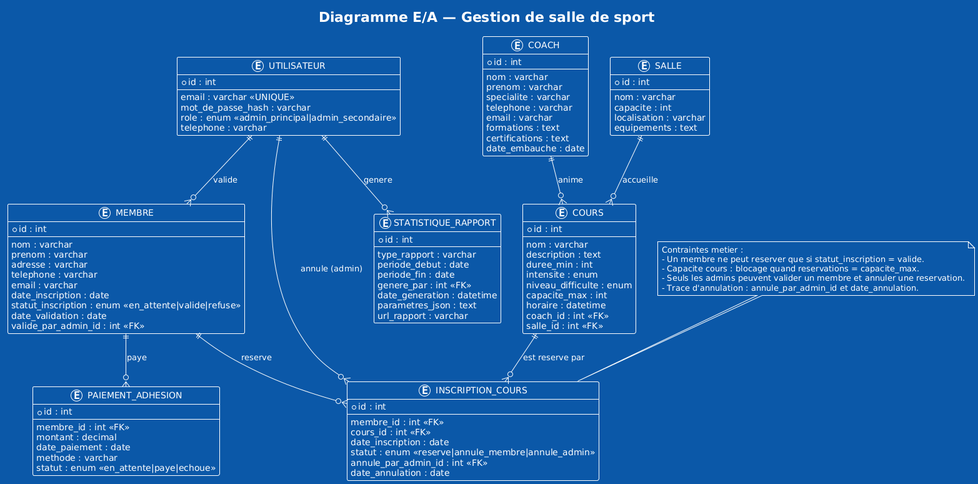
Earlier version of the PlantUML export images/UML.png (893stefan/DatabaseESILV-Project). The source it was exported from:
```plantuml
@startuml
!theme amiga
title Diagramme E/A — Gestion de salle de sport

entity "UTILISATEUR" as UTILISATEUR {
  *id : int
  --
  email : varchar <<UNIQUE>>
  mot_de_passe_hash : varchar
  role : enum <<admin_principal|admin_secondaire>>
  telephone : varchar
}

entity "MEMBRE" as MEMBRE {
  *id : int
  --
  nom : varchar
  prenom : varchar
  adresse : varchar
  telephone : varchar
  email : varchar
  date_inscription : date
  statut_inscription : enum <<en_attente|valide|refuse>>
  date_validation : date
  valide_par_admin_id : int <<FK>>
}

entity "COACH" as COACH {
  *id : int
  --
  nom : varchar
  prenom : varchar
  specialite : varchar
  telephone : varchar
  email : varchar
  formations : text
  certifications : text
  date_embauche : date
}

entity "SALLE" as SALLE {
  *id : int
  --
  nom : varchar
  capacite : int
  localisation : varchar
  equipements : text
}

entity "COURS" as COURS {
  *id : int
  --
  nom : varchar
  description : text
  duree_min : int
  intensite : enum
  niveau_difficulte : enum
  capacite_max : int
  horaire : datetime
  coach_id : int <<FK>>
  salle_id : int <<FK>>
}

entity "INSCRIPTION_COURS" as INSCRIPTION_COURS {
  *id : int
  --
  membre_id : int <<FK>>
  cours_id : int <<FK>>
  date_inscription : date
  statut : enum <<reserve|annule_membre|annule_admin>>
  annule_par_admin_id : int <<FK>>
  date_annulation : date
}

entity "PAIEMENT_ADHESION" as PAIEMENT_ADHESION {
  *id : int
  --
  membre_id : int <<FK>>
  montant : decimal
  date_paiement : date
  methode : varchar
  statut : enum <<en_attente|paye|echoue>>
}

entity "STATISTIQUE_RAPPORT" as STATISTIQUE_RAPPORT {
  *id : int
  --
  type_rapport : varchar
  periode_debut : date
  periode_fin : date
  genere_par : int <<FK>>
  date_generation : datetime
  parametres_json : text
  url_rapport : varchar
}

UTILISATEUR ||--o{ MEMBRE : valide
UTILISATEUR ||--o{ STATISTIQUE_RAPPORT : genere
UTILISATEUR ||--o{ INSCRIPTION_COURS : "annule (admin)"

MEMBRE ||--o{ INSCRIPTION_COURS : reserve
COURS ||--o{ INSCRIPTION_COURS : "est reserve par"
COACH ||--o{ COURS : anime
SALLE ||--o{ COURS : accueille
MEMBRE ||--o{ PAIEMENT_ADHESION : paye

note "Contraintes metier :\n- Un membre ne peut reserver que si statut_inscription = valide.\n- Capacite cours : blocage quand reservations = capacite_max.\n- Seuls les admins peuvent valider un membre et annuler une reservation.\n- Trace d'annulation : annule_par_admin_id et date_annulation." as N1
N1 .. INSCRIPTION_COURS
@enduml
```
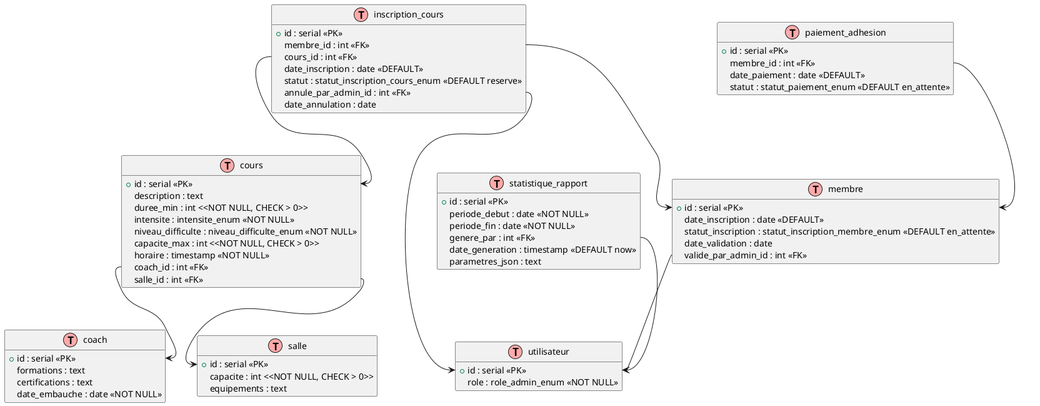
The same diagram one commit later.

What changed in the source:
```diff
@@ -1,109 +1,100 @@
 @startuml
-!theme amiga
-title Diagramme E/A — Gestion de salle de sport
+!define Table(x) class x << (T,#FFAAAA) >>
+hide methods
+hide stereotypes
 
-entity "UTILISATEUR" as UTILISATEUR {
-  *id : int
-  --
-  email : varchar <<UNIQUE>>
-  mot_de_passe_hash : varchar
-  role : enum <<admin_principal|admin_secondaire>>
-  telephone : varchar
+Table(utilisateur) {
+  + id : serial <<PK>>
+  email : varchar(255) <<UNIQUE, NOT NULL>>
+  mot_de_passe_hash : varchar(255) <<NOT NULL>>
+  role : role_admin_enum <<NOT NULL>>
+  telephone : varchar(20)
 }
 
-entity "MEMBRE" as MEMBRE {
-  *id : int
-  --
-  nom : varchar
-  prenom : varchar
-  adresse : varchar
-  telephone : varchar
-  email : varchar
-  date_inscription : date
-  statut_inscription : enum <<en_attente|valide|refuse>>
+Table(membre) {
+  + id : serial <<PK>>
+  nom : varchar(100) <<NOT NULL>>
+  prenom : varchar(100) <<NOT NULL>>
+  adresse : varchar(255)
+  telephone : varchar(20)
+  email : varchar(255)
+  date_inscription : date <<DEFAULT>>
+  statut_inscription : statut_inscription_membre_enum <<DEFAULT en_attente>>
   date_validation : date
   valide_par_admin_id : int <<FK>>
 }
 
-entity "COACH" as COACH {
-  *id : int
-  --
-  nom : varchar
-  prenom : varchar
-  specialite : varchar
-  telephone : varchar
-  email : varchar
+Table(coach) {
+  + id : serial <<PK>>
+  nom : varchar(100) <<NOT NULL>>
+  prenom : varchar(100) <<NOT NULL>>
+  specialite : varchar(100)
+  telephone : varchar(20)
+  email : varchar(255)
   formations : text
   certifications : text
-  date_embauche : date
+  date_embauche : date <<NOT NULL>>
 }
 
-entity "SALLE" as SALLE {
-  *id : int
-  --
-  nom : varchar
-  capacite : int
-  localisation : varchar
+Table(salle) {
+  + id : serial <<PK>>
+  nom : varchar(100) <<NOT NULL>>
+  capacite : int <<NOT NULL, CHECK > 0>>
+  localisation : varchar(255)
   equipements : text
 }
 
-entity "COURS" as COURS {
-  *id : int
-  --
-  nom : varchar
+Table(cours) {
+  + id : serial <<PK>>
+  nom : varchar(100) <<NOT NULL>>
   description : text
-  duree_min : int
-  intensite : enum
-  niveau_difficulte : enum
-  capacite_max : int
-  horaire : datetime
+  duree_min : int <<NOT NULL, CHECK > 0>>
+  intensite : intensite_enum <<NOT NULL>>
+  niveau_difficulte : niveau_difficulte_enum <<NOT NULL>>
+  capacite_max : int <<NOT NULL, CHECK > 0>>
+  horaire : timestamp <<NOT NULL>>
   coach_id : int <<FK>>
   salle_id : int <<FK>>
 }
 
-entity "INSCRIPTION_COURS" as INSCRIPTION_COURS {
-  *id : int
-  --
+Table(inscription_cours) {
+  + id : serial <<PK>>
   membre_id : int <<FK>>
   cours_id : int <<FK>>
-  date_inscription : date
-  statut : enum <<reserve|annule_membre|annule_admin>>
+  date_inscription : date <<DEFAULT>>
+  statut : statut_inscription_cours_enum <<DEFAULT reserve>>
   annule_par_admin_id : int <<FK>>
   date_annulation : date
+  (membre_id, cours_id) <<UNIQUE>>
 }
 
-entity "PAIEMENT_ADHESION" as PAIEMENT_ADHESION {
-  *id : int
-  --
+Table(paiement_adhesion) {
+  + id : serial <<PK>>
   membre_id : int <<FK>>
-  montant : decimal
-  date_paiement : date
-  methode : varchar
-  statut : enum <<en_attente|paye|echoue>>
+  montant : decimal(10,2) <<NOT NULL, CHECK > 0>>
+  date_paiement : date <<DEFAULT>>
+  methode : varchar(50) <<NOT NULL>>
+  statut : statut_paiement_enum <<DEFAULT en_attente>>
 }
 
-entity "STATISTIQUE_RAPPORT" as STATISTIQUE_RAPPORT {
-  *id : int
-  --
-  type_rapport : varchar
-  periode_debut : date
-  periode_fin : date
+Table(statistique_rapport) {
+  + id : serial <<PK>>
+  type_rapport : varchar(100) <<NOT NULL>>
+  periode_debut : date <<NOT NULL>>
+  periode_fin : date <<NOT NULL>>
   genere_par : int <<FK>>
-  date_generation : datetime
+  date_generation : timestamp <<DEFAULT now>>
   parametres_json : text
-  url_rapport : varchar
+  url_rapport : varchar(255)
 }
 
-UTILISATEUR ||--o{ MEMBRE : valide
-UTILISATEUR ||--o{ STATISTIQUE_RAPPORT : genere
-UTILISATEUR ||--o{ INSCRIPTION_COURS : "annule (admin)"
+membre::valide_par_admin_id --> utilisateur::id
+cours::coach_id --> coach::id
+cours::salle_id --> salle::id
+inscription_cours::membre_id --> membre::id
+inscription_cours::cours_id --> cours::id
+inscription_cours::annule_par_admin_id --> utilisateur::id
+paiement_adhesion::membre_id --> membre::id
+statistique_rapport::genere_par --> utilisateur::id
 
-MEMBRE ||--o{ INSCRIPTION_COURS : reserve
-COURS ||--o{ INSCRIPTION_COURS : "est reserve par"
-COACH ||--o{ COURS : anime
-SALLE ||--o{ COURS : accueille
-MEMBRE ||--o{ PAIEMENT_ADHESION : paye
-
-note "Contraintes metier :\n- Un membre ne peut reserver que si statut_inscription = valide.\n- Capacite cours : blocage quand reservations = capacite_max.\n- Seuls les admins peuvent valider un membre et annuler une reservation.\n- Trace d'annulation : annule_par_admin_id et date_annulation." as N1
-N1 .. INSCRIPTION_COURS
 @enduml
```
